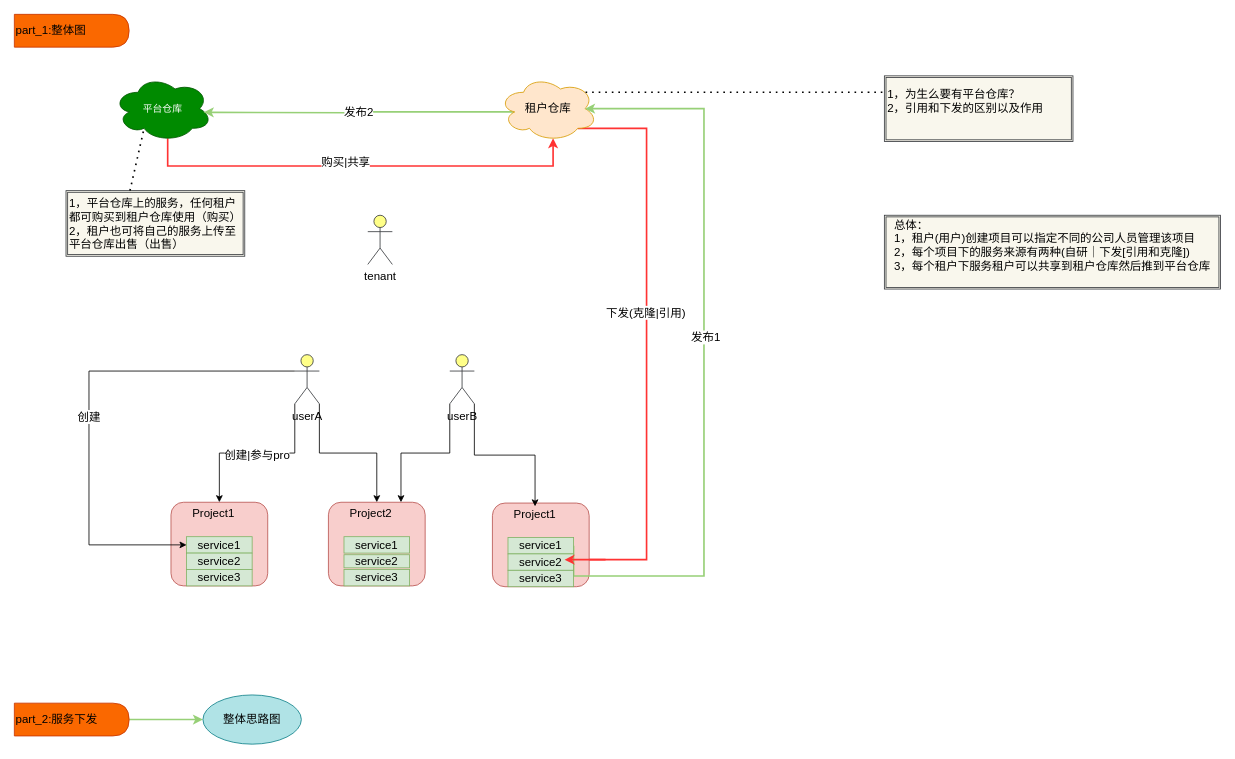
The draw.io diagram 服务下发.drawio in ThePointOfXu/liu_cheng_tu, before the edit. Source tidied: cells renumbered, new cells numbered last; positions are measured from the earlier drawing's top-left corner, leaving out a move shared by most shapes. Both pictures are drawn from the tidied source at 82%, with x=0, y=0 at pixel (14, 14).
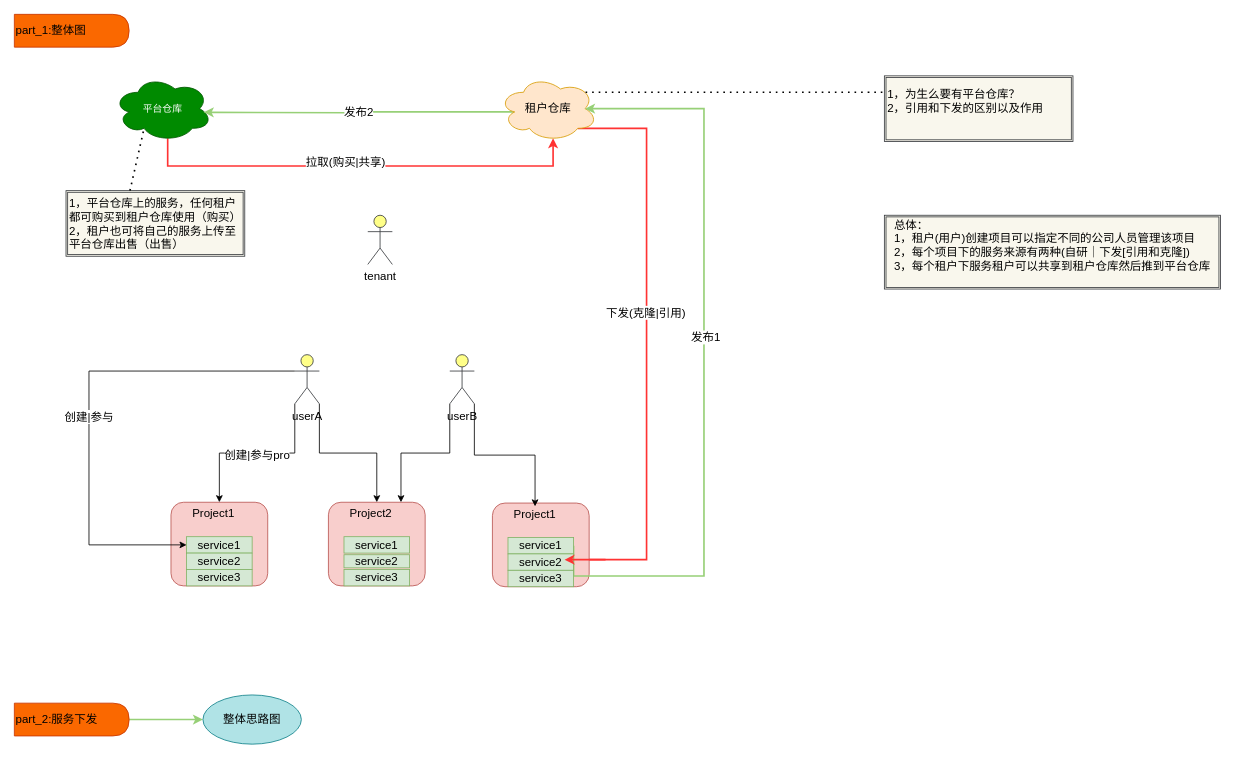
The same page after the edit.

Unchanged cells that the change refers to:
```xml
<mxCell id="2" style="edgeStyle=orthogonalEdgeStyle;rounded=0;jettySize=auto;html=1;exitX=0.55;exitY=0.95;exitDx=0;exitDy=0;exitPerimeter=0;entryX=0.55;entryY=0.95;entryDx=0;entryDy=0;entryPerimeter=0;fontSize=14;fontColor=#33FF33;strokeWidth=2;strokeColor=#FF3333;" parent="1" edge="1" source="4" target="9">
  <mxGeometry relative="1" as="geometry">
    <Array as="points">
      <mxPoint x="187" y="185" />
      <mxPoint x="657" y="185" />
    </Array>
  </mxGeometry>
</mxCell>
<mxCell id="32" style="edgeStyle=orthogonalEdgeStyle;rounded=0;jettySize=auto;html=1;exitX=0;exitY=0.3333333333333333;exitDx=0;exitDy=0;exitPerimeter=0;fontSize=14;entryX=0;entryY=0.5;entryDx=0;entryDy=0;" parent="1" edge="1" source="34" target="12">
  <mxGeometry relative="1" as="geometry">
    <Array as="points">
      <mxPoint x="91" y="435" />
      <mxPoint x="91" y="647" />
    </Array>
  </mxGeometry>
</mxCell>
```

Change to the diagram source:
```diff
@@
-    <mxCell id="3" value="&lt;font color=&quot;#000000&quot;&gt;购买|共享&lt;/font&gt;" style="edgeLabel;html=1;align=center;verticalAlign=middle;fontSize=14;fontColor=#33FF33;" parent="2" vertex="1">
+    <mxCell id="3" value="&lt;font color=&quot;#000000&quot;&gt;拉取(购买|共享)&lt;/font&gt;" style="edgeLabel;html=1;align=center;verticalAlign=middle;fontSize=14;fontColor=#33FF33;" parent="2" vertex="1">
       <mxGeometry x="-0.07" y="6" relative="1" as="geometry" />
     </mxCell>
@@
-    <mxCell id="33" value="创建" style="edgeLabel;html=1;align=center;verticalAlign=middle;fontSize=14;" parent="32" vertex="1">
+    <mxCell id="33" value="创建|参与" style="edgeLabel;html=1;align=center;verticalAlign=middle;fontSize=14;" parent="32" vertex="1">
       <mxGeometry x="0.05" y="-1" relative="1" as="geometry" />
     </mxCell>
```
